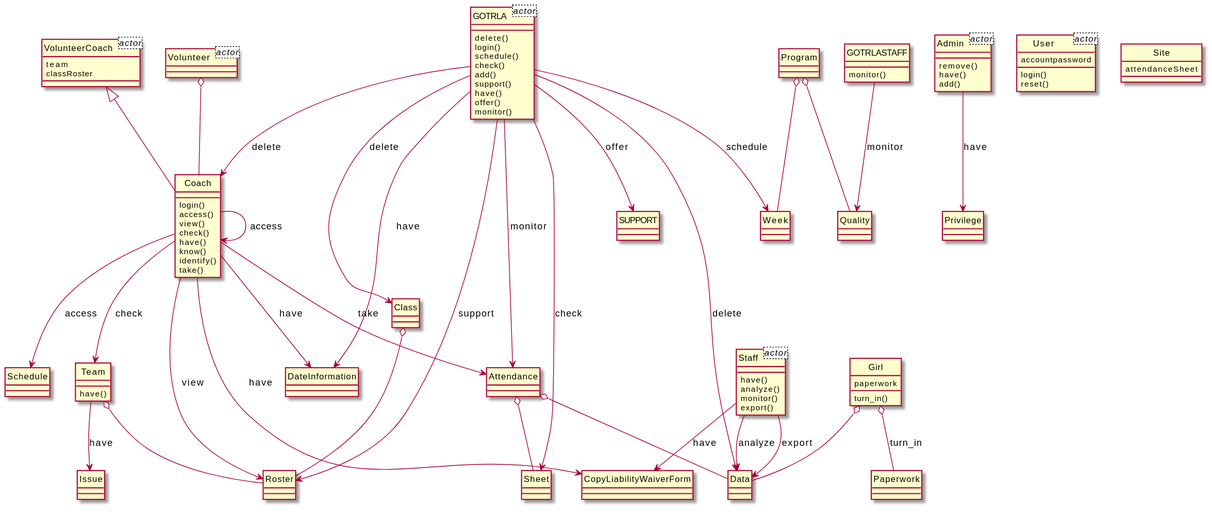
The PlantUML diagram output/diagram_5/2014-USC-Project15.svg in xixixhalu/DomainModelExtractor, before a commit.
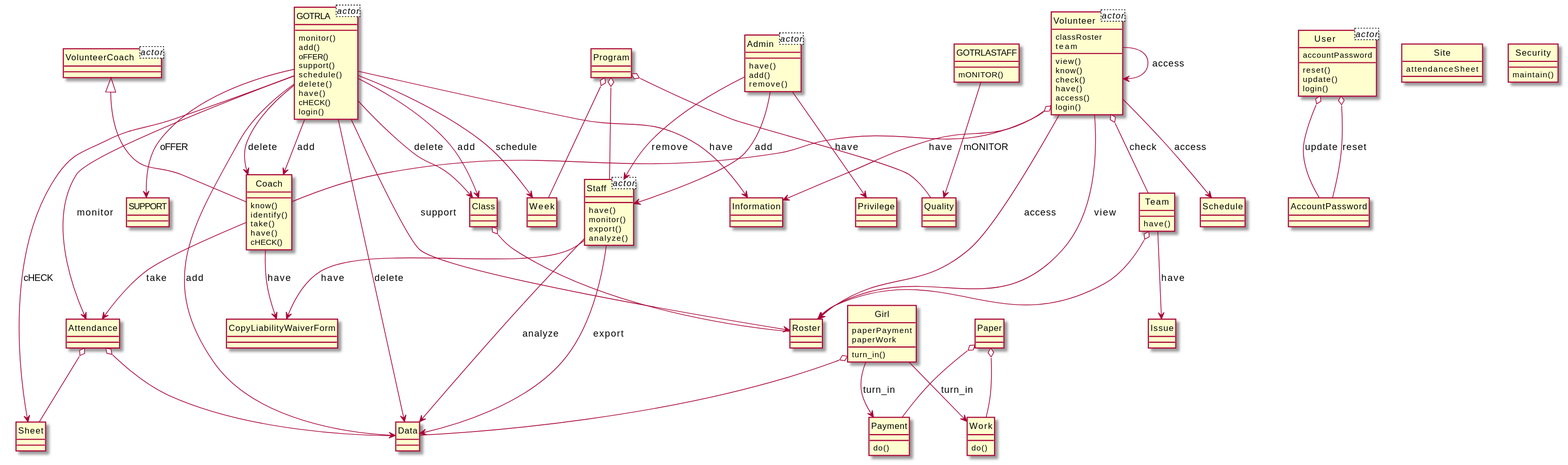
After the change.

Diff of the diagram source:
```diff
@@ -1,25 +1,26 @@
 @startuml
 hide circle
 class VolunteerCoach<actor> {
-	team
-	classRoster
 }
 class GOTRLA<actor> {
 }
 class Staff<actor> {
 }
 class Volunteer<actor> {
+	classRoster
+	team
 }
 class Admin<actor> {
 }
 class User<actor> {
-	accountpassword
+	accountPassword
 }
 class Site {
 	attendanceSheet
 }
 class Girl {
-	paperwork
+	paperPayment
+	paperWork
 	turn_in()
 }
 class Program {
@@ -28,106 +29,133 @@
 }
 class Week {
 }
+class Roster {
+}
+class Paper {
+}
+class Payment {
+	do()
+}
+class Work {
+	do()
+}
 class Sheet {
 }
-class Roster {
+class Volunteer {
+	view()
+	know()
+	check()
+	have()
+	access()
+	login()
 }
 class GOTRLA {
+	monitor()
+	add()
+	oFFER()
+	support()
+	schedule()
 	delete()
+	have()
+	cHECK()
 	login()
-	schedule()
-	check()
-	add()
-	support()
-	have()
-	offer()
-	monitor()
-}
-class Staff {
-	have()
-	analyze()
-	monitor()
-	export()
 }
 class Coach {
-	login()
-	access()
-	view()
-	check()
-	have()
 	know()
 	identify()
 	take()
+	have()
+	cHECK()
 }
-class SUPPORT {
-}
-class DateInformation {
-}
-class Data {
+class User {
+	reset()
+	update()
+	login()
 }
 class Team {
 	have()
 }
-class User {
-	login()
-	reset()
+class SUPPORT {
+}
+class Admin {
+	have()
+	add()
+	remove()
+}
+class Staff {
+	have()
+	monitor()
+	export()
+	analyze()
 }
 class Class {
 }
-class Admin {
-	remove()
-	have()
-	add()
+class GOTRLASTAFF {
+	mONITOR()
+}
+class Attendance {
+}
+class Security {
+	maintain()
+}
+class Information {
+}
+class AccountPassword {
 }
 class Privilege {
 }
-class GOTRLASTAFF {
-	monitor()
+class Data {
 }
-class Paperwork {
+class CopyLiabilityWaiverForm {
+}
+class Issue {
 }
 class Schedule {
 }
-class Attendance {
-}
-class Issue {
-}
-class CopyLiabilityWaiverForm {
-}
 class VolunteerCoach {
 }
-class Volunteer {
-}
+Program o-- Week
+Team o-- Roster
+Team --> Issue : have
+Volunteer --> Schedule : access
+Volunteer --> Roster : access
+GOTRLA --> Attendance : monitor
+GOTRLA --> Class : delete
+Staff --> CopyLiabilityWaiverForm : have
+GOTRLA --> Week : schedule
+Attendance o-- Data
+GOTRLA --> Sheet : cHECK
+Volunteer --> Information : have
+GOTRLA --> Coach : delete
+Girl --> Work : turn_in
+GOTRLA --> Information : have
+Volunteer --> Roster : view
+Girl --> Payment : turn_in
+Staff --> Data : analyze
+GOTRLA --> Coach : add
+Volunteer o-- Team : check
+Volunteer --> Volunteer : access
+User o-- AccountPassword : update
+Volunteer o-- Coach
+VolunteerCoach <|-- Coach
+GOTRLA --> SUPPORT : oFFER
+Admin --> Privilege : have
+Program o-- Staff
+GOTRLA --> Roster : support
+GOTRLA --> Data : add
 Attendance o-- Sheet
-GOTRLA --> Sheet : check
+Staff --> Data : export
+Paper o-- Work
+Admin --> Staff : add
+Admin --> Staff : remove
+Program o-- Quality
+Girl o-- Data
+Coach --> CopyLiabilityWaiverForm : have
 Class o-- Roster
+GOTRLA --> Class : add
 GOTRLA --> Data : delete
-Attendance o-- Data
-Coach --> Schedule : access
-Team o-- Roster
-GOTRLA --> SUPPORT : offer
-Program o-- Week
-GOTRLA --> Attendance : monitor
-Program o-- Quality
-Coach --> DateInformation : have
-GOTRLA --> DateInformation : have
-Coach --> Roster : view
-Staff --> Data : analyze
-Team --> Issue : have
+GOTRLASTAFF --> Quality : mONITOR
 Coach --> Attendance : take
-Coach --> Team : check
-Coach --> Coach : access
-Staff --> CopyLiabilityWaiverForm : have
-Coach --> CopyLiabilityWaiverForm : have
-GOTRLA --> Class : delete
-Staff --> Data : export
-GOTRLA --> Week : schedule
-GOTRLA --> Roster : support
-VolunteerCoach <|-- Coach
-Admin --> Privilege : have
-GOTRLA --> Coach : delete
-Girl o-- Paperwork : turn_in
-Volunteer o-- Coach
-GOTRLASTAFF --> Quality : monitor
-Girl o-- Data
+User o-- AccountPassword : reset
+Paper o-- Payment
 @enduml
```
